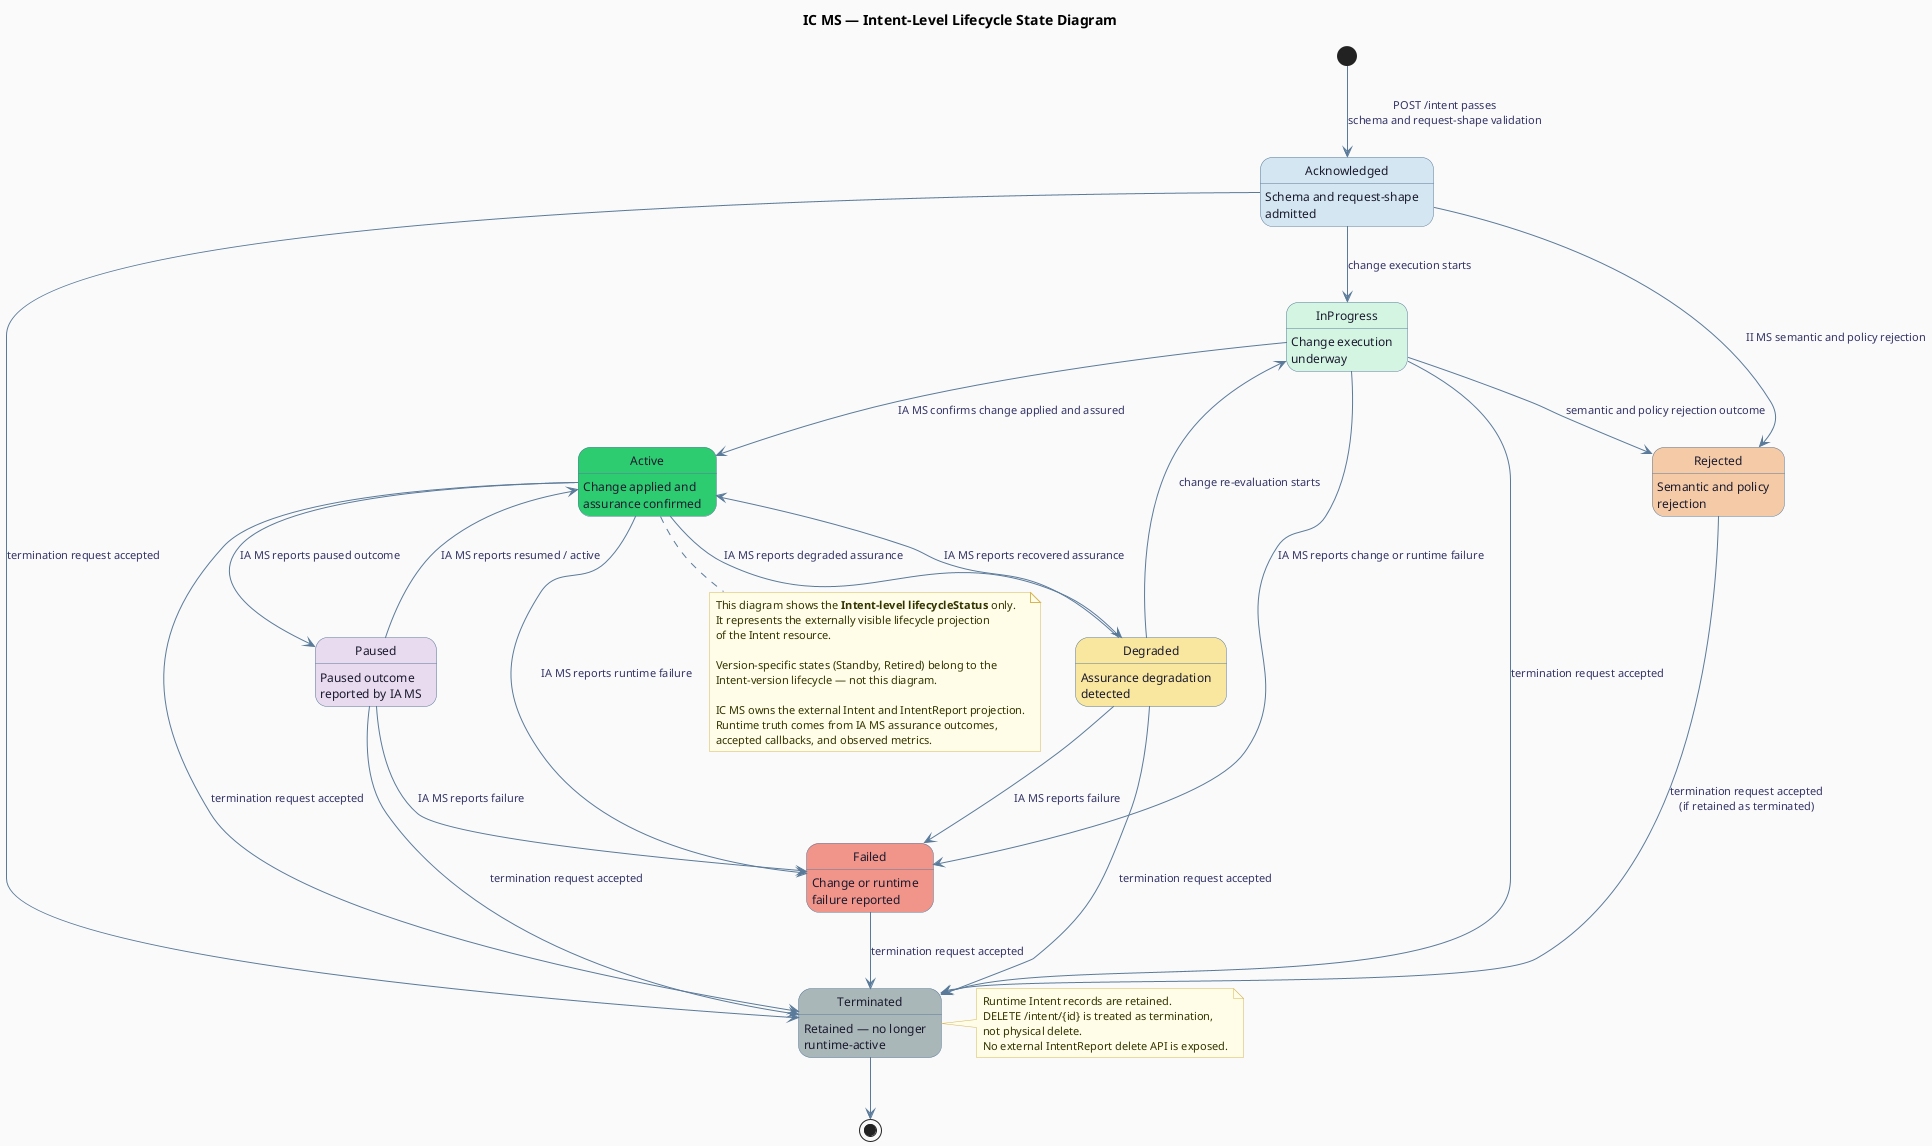
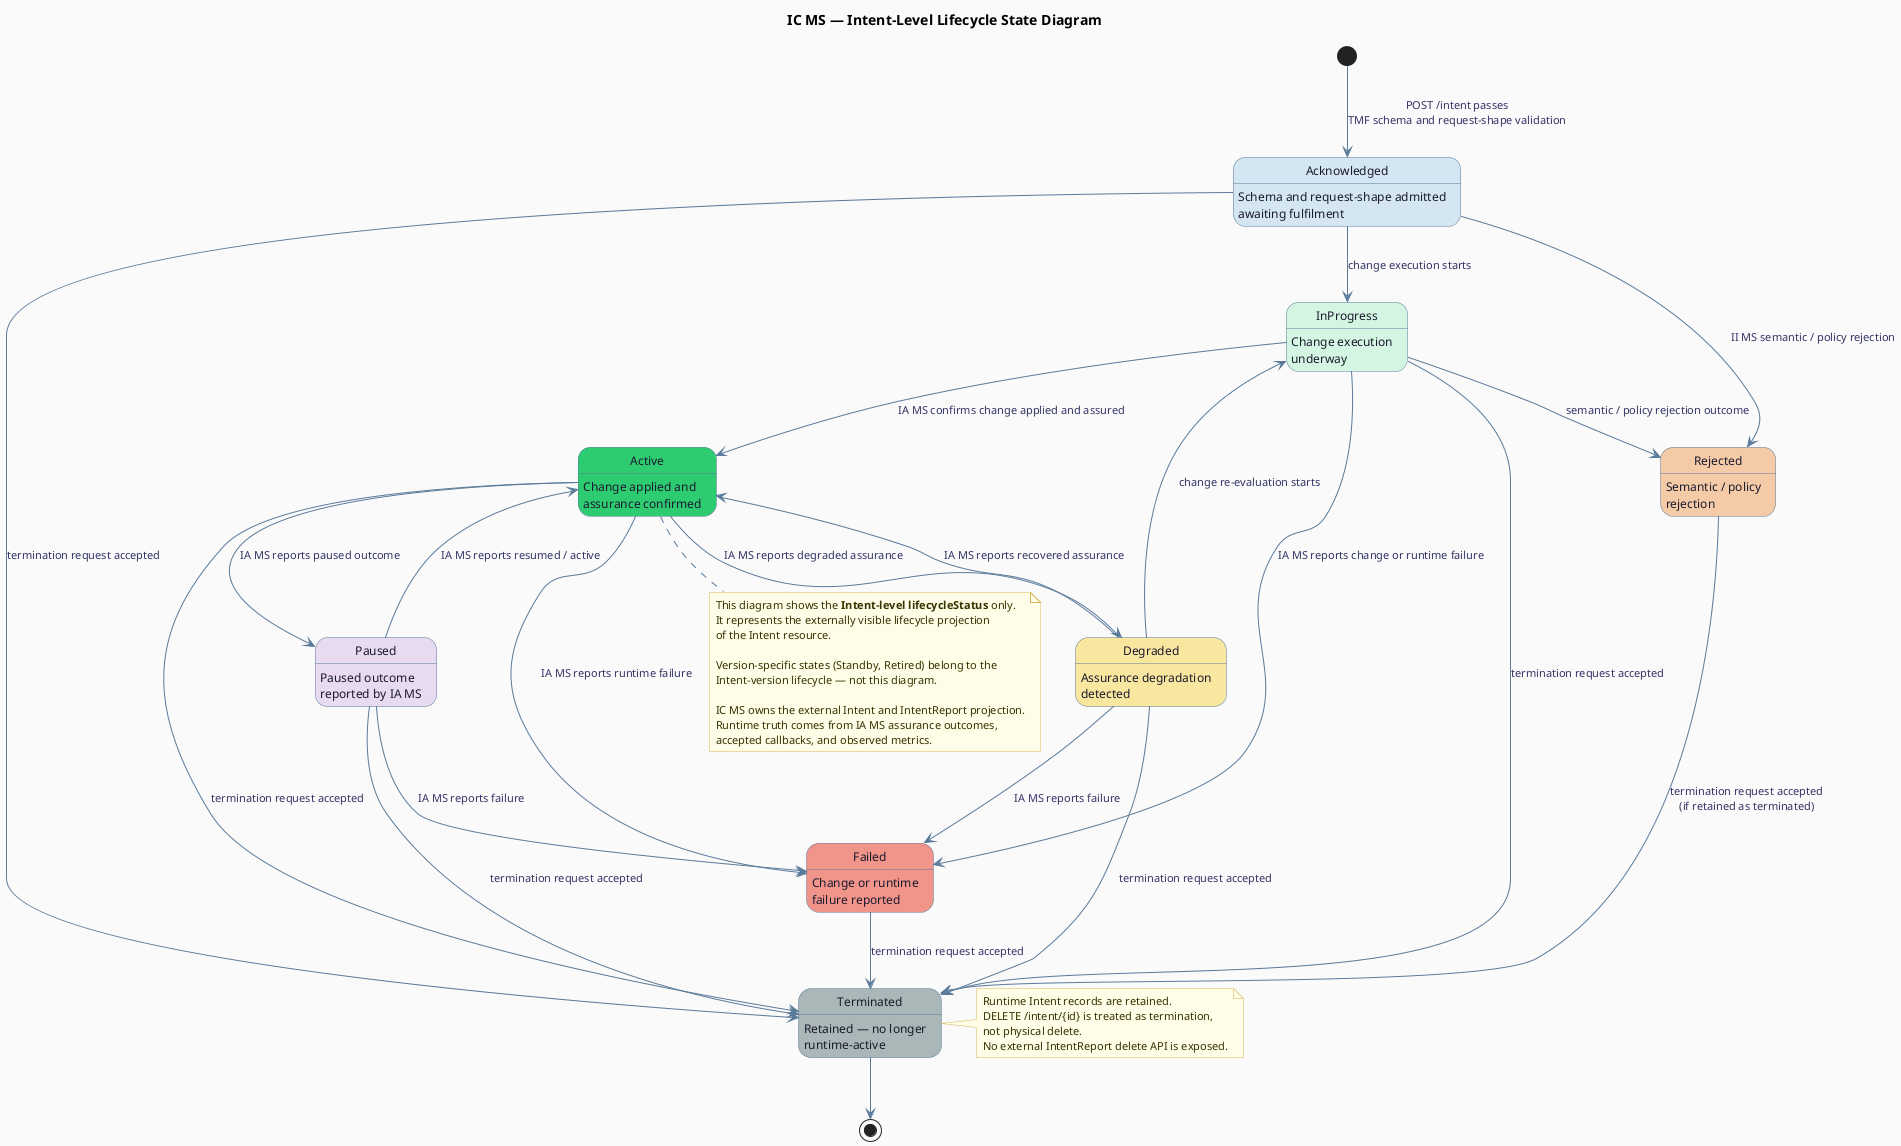
@startuml
' IC MS — Intent-Level Lifecycle State Diagram

hide empty description
skinparam shadowing false
skinparam backgroundColor #FAFAFA

skinparam state {
  BackgroundColor #FFFFFF
  BorderColor #5a7a9a
  FontSize 12
  FontColor #1a1a2e
  ArrowColor #5a7a9a
  ArrowFontSize 11
  ArrowFontColor #333366
}

skinparam note {
  BackgroundColor #fffde7
  BorderColor #d6b656
  FontSize 11
  FontColor #333300
}

title <b>IC MS — Intent-Level Lifecycle State Diagram</b>

' ── States ────────────────────────────────────────────────────────────────
- state Acknowledged #d4e6f1 : Schema and request-shape\nadmitted
+ state Acknowledged #d4e6f1 : Schema and request-shape admitted\nawaiting fulfilment
state InProgress   #d5f5e3 : Change execution\nunderway
state Active       #2ecc71 : Change applied and\nassurance confirmed
state Degraded     #f9e79f : Assurance degradation\ndetected
state Paused       #e8daef : Paused outcome\nreported by IA MS
state Failed       #f1948a : Change or runtime\nfailure reported
- state Rejected     #f5cba7 : Semantic and policy\nrejection
+ state Rejected     #f5cba7 : Semantic / policy\nrejection
state Terminated   #aab7b8 : Retained — no longer\nruntime-active

' ── Entry ─────────────────────────────────────────────────────────────────
- [*] --> Acknowledged : POST /intent passes\nschema and request-shape validation
+ [*] --> Acknowledged : POST /intent passes\nTMF schema and request-shape validation

' ── Acknowledged ──────────────────────────────────────────────────────────
Acknowledged --> InProgress : change execution starts
- Acknowledged --> Rejected   : II MS semantic and policy rejection
+ Acknowledged --> Rejected   : II MS semantic / policy rejection
Acknowledged --> Terminated : termination request accepted

' ── InProgress ────────────────────────────────────────────────────────────
InProgress --> Active     : IA MS confirms change applied and assured
InProgress --> Failed     : IA MS reports change or runtime failure
- InProgress --> Rejected   : semantic and policy rejection outcome
+ InProgress --> Rejected   : semantic / policy rejection outcome
InProgress --> Terminated : termination request accepted

' ── Active ────────────────────────────────────────────────────────────────
Active --> Degraded   : IA MS reports degraded assurance
Active --> Paused     : IA MS reports paused outcome
Active --> Failed     : IA MS reports runtime failure
Active --> Terminated : termination request accepted

' ── Degraded ──────────────────────────────────────────────────────────────
Degraded --> Active     : IA MS reports recovered assurance
Degraded --> InProgress : change re-evaluation starts
Degraded --> Failed     : IA MS reports failure
Degraded --> Terminated : termination request accepted

' ── Paused ────────────────────────────────────────────────────────────────
Paused --> Active     : IA MS reports resumed / active
Paused --> Failed     : IA MS reports failure
Paused --> Terminated : termination request accepted

' ── Terminal ──────────────────────────────────────────────────────────────
Failed    --> Terminated : termination request accepted
Rejected  --> Terminated : termination request accepted\n(if retained as terminated)

Terminated --> [*]

' ── Notes ─────────────────────────────────────────────────────────────────
note right of Terminated
  Runtime Intent records are retained.
  DELETE /intent/{id} is treated as termination,
  not physical delete.
  No external IntentReport delete API is exposed.
end note

note bottom of Active
  This diagram shows the <b>Intent-level lifecycleStatus</b> only.
  It represents the externally visible lifecycle projection
  of the Intent resource.

  Version-specific states (Standby, Retired) belong to the
  Intent-version lifecycle — not this diagram.

  IC MS owns the external Intent and IntentReport projection.
  Runtime truth comes from IA MS assurance outcomes,
  accepted callbacks, and observed metrics.
end note

@enduml